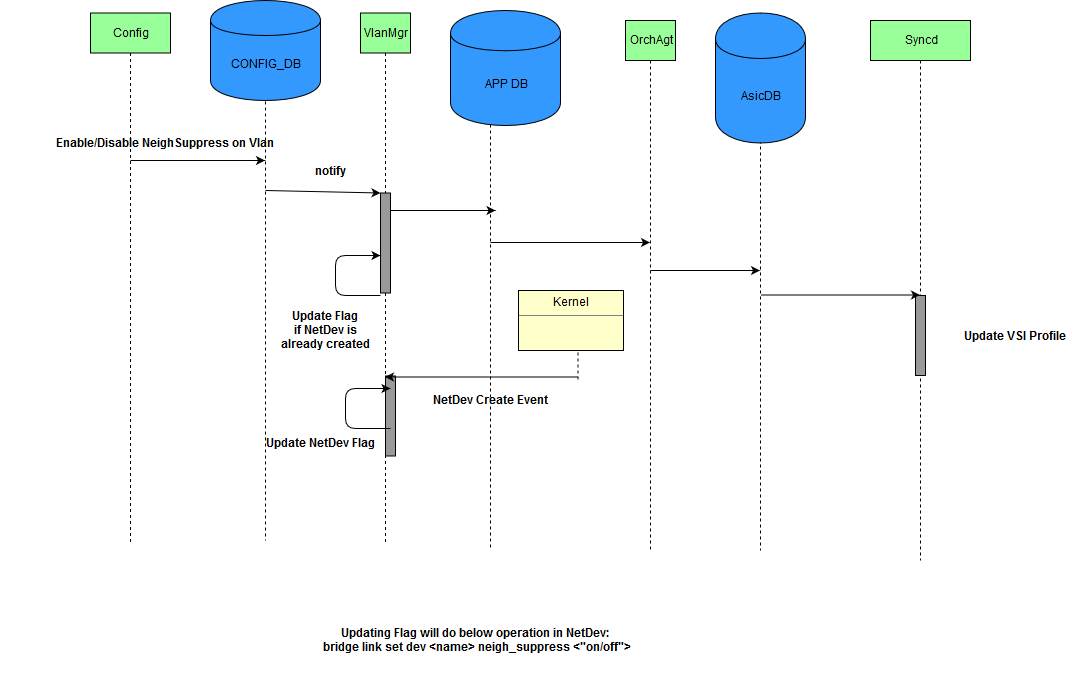
The draw.io diagram L3/EVPN/images/Neigh-Suppress.PNG in sg893052/sonic-buildimage, before a commit. Source tidied: cells renumbered, new cells last; positions are measured from the earlier drawing's top-left corner, leaving out a move shared by most shapes.
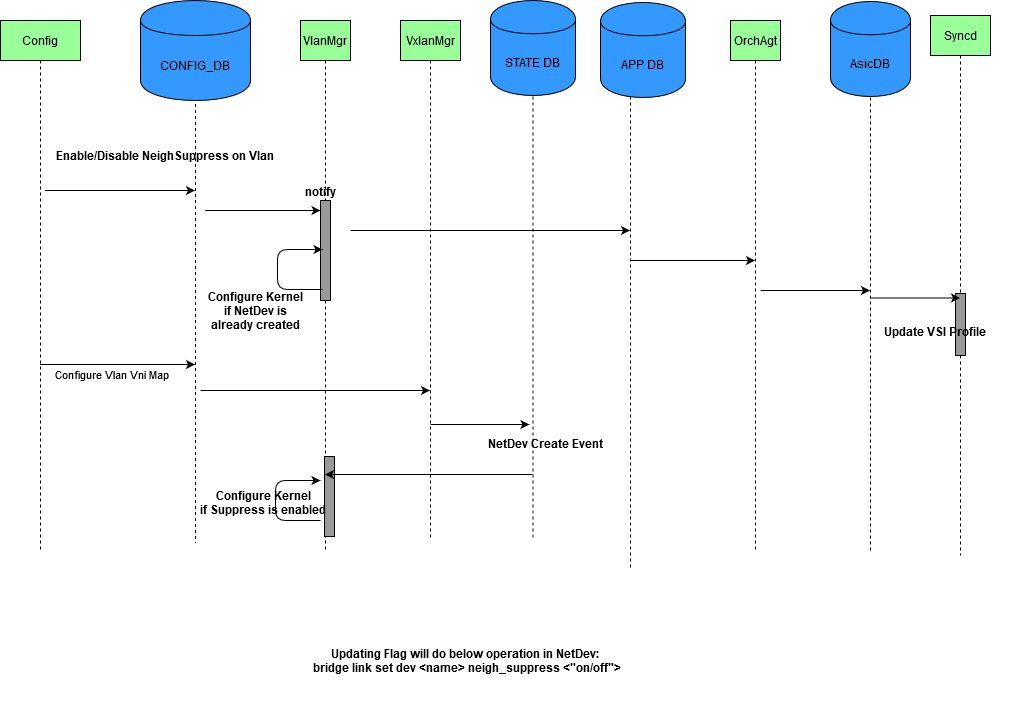
After the change.

Commit message:
Updated with VXLAN QoS and SVI support.

The edit, as a diff of the source:
```diff
@@ -3,127 +3,161 @@
     <mxCell id="0" />
     <mxCell id="1" parent="0" />
     <mxCell id="2" value="Config" style="shape=umlLifeline;perimeter=lifelinePerimeter;whiteSpace=wrap;html=1;outlineConnect=0;size=40;fillColor=#99FF99;" parent="1" vertex="1">
-      <mxGeometry x="90" y="12.5" width="80" height="530" as="geometry" />
+      <mxGeometry x="10" width="80" height="530" as="geometry" />
     </mxCell>
     <mxCell id="3" value="OBJ" style="shape=umlLifeline;perimeter=lifelinePerimeter;whiteSpace=wrap;html=1;outlineConnect=0;" parent="1" vertex="1">
-      <mxGeometry x="220" y="25" width="90" height="515" as="geometry" />
+      <mxGeometry x="160" y="7.5" width="90" height="515" as="geometry" />
     </mxCell>
     <mxCell id="4" value="VlanMgr" style="shape=umlLifeline;perimeter=lifelinePerimeter;whiteSpace=wrap;html=1;outlineConnect=0;fillColor=#99FF99;" parent="1" vertex="1">
-      <mxGeometry x="360" y="12.5" width="50" height="530" as="geometry" />
+      <mxGeometry x="310" width="50" height="530" as="geometry" />
     </mxCell>
     <mxCell id="5" style="html=1;points=[];perimeter=orthogonalPerimeter;fillColor=#999999;" parent="4" vertex="1">
       <mxGeometry x="20" y="180" width="10" height="100" as="geometry" />
     </mxCell>
     <mxCell id="6" style="html=1;perimeter=orthogonalPerimeter;fillColor=#999999;" parent="4" vertex="1">
-      <mxGeometry x="25" y="363" width="10" height="80" as="geometry" />
+      <mxGeometry x="24" y="436" width="10" height="80" as="geometry" />
     </mxCell>
     <mxCell id="7" value="&lt;div&gt;OBJ1&lt;/div&gt;&lt;div&gt;&lt;br&gt;&lt;/div&gt;" style="shape=umlLifeline;perimeter=lifelinePerimeter;whiteSpace=wrap;html=1;outlineConnect=0;" parent="1" vertex="1">
-      <mxGeometry x="470" y="30" width="40" height="520" as="geometry" />
+      <mxGeometry x="620" y="30" width="40" height="520" as="geometry" />
     </mxCell>
-    <mxCell id="8" style="endArrow=classic;html=1;" parent="7" edge="1">
-      <mxGeometry relative="1" as="geometry">
-        <mxPoint x="107.5" y="346.5" as="sourcePoint" />
-        <mxPoint x="-85.5" y="346.5" as="targetPoint" />
-      </mxGeometry>
-    </mxCell>
     <mxCell id="9" value="OrchAgt" style="shape=umlLifeline;perimeter=lifelinePerimeter;whiteSpace=wrap;html=1;outlineConnect=0;fillColor=#99FF99;" parent="1" vertex="1">
-      <mxGeometry x="625" y="20" width="50" height="530" as="geometry" />
+      <mxGeometry x="740" width="50" height="530" as="geometry" />
     </mxCell>
     <mxCell id="10" value="OBJ2" style="shape=umlLifeline;perimeter=lifelinePerimeter;whiteSpace=wrap;html=1;outlineConnect=0;" parent="1" vertex="1">
-      <mxGeometry x="730" y="40" width="60" height="510" as="geometry" />
+      <mxGeometry x="850" y="25" width="60" height="505" as="geometry" />
     </mxCell>
     <mxCell id="11" value="CONFIG_DB" style="shape=cylinder;whiteSpace=wrap;html=1;boundedLbl=1;backgroundOutline=1;fillColor=#3399FF;" parent="1" vertex="1">
-      <mxGeometry x="210" width="110" height="100" as="geometry" />
+      <mxGeometry x="150" y="-20" width="110" height="100" as="geometry" />
     </mxCell>
     <mxCell id="12" value="APP DB" style="shape=cylinder;whiteSpace=wrap;html=1;boundedLbl=1;backgroundOutline=1;fillColor=#3399FF;" parent="1" vertex="1">
-      <mxGeometry x="450" y="10" width="110" height="115" as="geometry" />
+      <mxGeometry x="610" y="-18" width="85" height="95" as="geometry" />
     </mxCell>
-    <mxCell id="13" value="AsicDB" style="shape=cylinder;whiteSpace=wrap;html=1;boundedLbl=1;backgroundOutline=1;fillColor=#3399FF;" parent="1" vertex="1">
-      <mxGeometry x="715" y="12.5" width="90" height="130" as="geometry" />
-    </mxCell>
     <mxCell id="14" value="Syncd" style="shape=umlLifeline;perimeter=lifelinePerimeter;whiteSpace=wrap;html=1;outlineConnect=0;fillColor=#99FF99;" parent="1" vertex="1">
-      <mxGeometry x="870" y="20" width="100" height="540" as="geometry" />
+      <mxGeometry x="940" y="-5" width="60" height="540" as="geometry" />
     </mxCell>
     <mxCell id="15" style="html=1;perimeter=orthogonalPerimeter;fillColor=#999999;" parent="14" vertex="1">
-      <mxGeometry x="45" y="275" width="10" height="80" as="geometry" />
+      <mxGeometry x="25" y="278" width="10" height="62" as="geometry" />
     </mxCell>
     <mxCell id="16" style="endArrow=classic;html=1;" parent="1" edge="1" target="3">
       <mxGeometry relative="1" as="geometry">
-        <mxPoint x="130" y="160" as="sourcePoint" />
+        <mxPoint x="110" y="170" as="sourcePoint" />
+        <Array as="points">
+          <mxPoint x="50" y="170" />
+        </Array>
       </mxGeometry>
     </mxCell>
     <mxCell id="17" value="Enable/Disable NeighSuppress on Vlan" style="text;align=center;fontStyle=1;verticalAlign=middle;spacingLeft=3;spacingRight=3;strokeColor=none;" parent="1" vertex="1">
-      <mxGeometry y="127.5" width="330" height="30" as="geometry" />
+      <mxGeometry x="10" y="120" width="330" height="30" as="geometry" />
     </mxCell>
     <mxCell id="18" style="endArrow=classic;html=1;" parent="1" edge="1" target="5">
       <mxGeometry relative="1" as="geometry">
-        <mxPoint x="265" y="190" as="sourcePoint" />
+        <mxPoint x="260" y="190" as="sourcePoint" />
+        <Array as="points">
+          <mxPoint x="210" y="190" />
+        </Array>
       </mxGeometry>
     </mxCell>
     <mxCell id="19" value="notify" style="text;align=center;fontStyle=1;verticalAlign=middle;spacingLeft=3;spacingRight=3;strokeColor=none;" parent="1" vertex="1">
       <mxGeometry x="290" y="157.5" width="80" height="26" as="geometry" />
     </mxCell>
-    <mxCell id="20" style="endArrow=classic;html=1;" parent="1" edge="1">
+    <mxCell id="20" style="endArrow=classic;html=1;" parent="1" edge="1" target="7">
       <mxGeometry relative="1" as="geometry">
-        <mxPoint x="390" y="210" as="sourcePoint" />
-        <mxPoint x="495" y="210" as="targetPoint" />
+        <mxPoint x="360" y="210" as="sourcePoint" />
       </mxGeometry>
     </mxCell>
     <mxCell id="21" style="endArrow=classic;html=1;" parent="1" edge="1" target="9">
       <mxGeometry relative="1" as="geometry">
-        <mxPoint x="490" y="242" as="sourcePoint" />
+        <mxPoint x="640" y="240" as="sourcePoint" />
       </mxGeometry>
     </mxCell>
     <mxCell id="22" style="endArrow=classic;html=1;" parent="1" edge="1" target="10">
       <mxGeometry relative="1" as="geometry">
-        <mxPoint x="650" y="270" as="sourcePoint" />
+        <mxPoint x="770" y="270" as="sourcePoint" />
+        <Array as="points">
+          <mxPoint x="800" y="270" />
+        </Array>
       </mxGeometry>
     </mxCell>
-    <mxCell id="23" style="endArrow=classic;html=1;" parent="1" edge="1" target="14">
-      <mxGeometry relative="1" as="geometry">
-        <mxPoint x="760.5" y="294.5" as="sourcePoint" />
-      </mxGeometry>
+    <mxCell id="23" style="endArrow=classic;html=1;" parent="1" edge="1" source="10" target="14">
+      <mxGeometry relative="1" as="geometry" />
     </mxCell>
     <mxCell id="24" value="Update VSI Profile " style="text;align=center;fontStyle=1;verticalAlign=middle;spacingLeft=3;spacingRight=3;strokeColor=none;" parent="1" vertex="1">
-      <mxGeometry x="940" y="322" width="150" height="28" as="geometry" />
+      <mxGeometry x="870" y="297" width="150" height="28" as="geometry" />
     </mxCell>
-    <mxCell id="25" value=":Object" style="shape=umlLifeline;perimeter=lifelinePerimeter;whiteSpace=wrap;html=1;" parent="1" vertex="1">
-      <mxGeometry x="532" y="300" width="91" height="80" as="geometry" />
-    </mxCell>
-    <mxCell id="26" value="&lt;p style=&quot;margin: 0px ; margin-top: 4px ; text-align: center&quot;&gt;Kernel&lt;/p&gt;&lt;hr size=&quot;1&quot;&gt;&lt;div style=&quot;height: 2px&quot;&gt;&lt;/div&gt;" style="verticalAlign=top;align=left;overflow=fill;fontSize=12;fontFamily=Helvetica;html=1;fillColor=#FFFFCC;" parent="25" vertex="1">
-      <mxGeometry x="-14" y="-10" width="105" height="60" as="geometry" />
-    </mxCell>
     <mxCell id="27" value="NetDev Create Event" style="text;align=center;fontStyle=1;verticalAlign=middle;spacingLeft=3;spacingRight=3;strokeColor=none;" parent="1" vertex="1">
-      <mxGeometry x="405" y="387" width="170" height="26" as="geometry" />
+      <mxGeometry x="470" y="410" width="170" height="26" as="geometry" />
     </mxCell>
     <mxCell id="28" style="endArrow=classic;html=1;" parent="1" edge="1">
       <mxGeometry relative="1" as="geometry">
-        <mxPoint x="380" y="295" as="sourcePoint" />
-        <mxPoint x="380" y="255" as="targetPoint" />
+        <mxPoint x="332" y="269" as="sourcePoint" />
+        <mxPoint x="332" y="229" as="targetPoint" />
         <Array as="points">
-          <mxPoint x="335" y="295" />
-          <mxPoint x="335" y="255" />
+          <mxPoint x="287" y="269" />
+          <mxPoint x="287" y="229" />
         </Array>
       </mxGeometry>
     </mxCell>
-    <mxCell id="29" value="Update Flag &#10;if NetDev is&#10; already created" style="text;align=center;fontStyle=1;verticalAlign=middle;spacingLeft=3;spacingRight=3;strokeColor=none;" parent="1" vertex="1">
-      <mxGeometry x="270" y="295" width="110" height="70" as="geometry" />
+    <mxCell id="29" value="Configure Kernel&#10;if NetDev is&#10; already created" style="text;align=center;fontStyle=1;verticalAlign=middle;spacingLeft=3;spacingRight=3;strokeColor=none;" parent="1" vertex="1">
+      <mxGeometry x="210" y="255" width="110" height="70" as="geometry" />
     </mxCell>
-    <mxCell id="30" value="Update NetDev Flag" style="text;align=center;fontStyle=1;verticalAlign=middle;spacingLeft=3;spacingRight=3;strokeColor=none;" parent="1" vertex="1">
-      <mxGeometry x="245" y="430" width="150" height="26" as="geometry" />
+    <mxCell id="30" value="Configure Kernel&#10;if Suppress is enabled&#10;" style="text;align=center;fontStyle=1;verticalAlign=middle;spacingLeft=3;spacingRight=3;strokeColor=none;" parent="1" vertex="1">
+      <mxGeometry x="198" y="476" width="150" height="26" as="geometry" />
     </mxCell>
     <mxCell id="31" style="endArrow=classic;html=1;" parent="1" edge="1">
       <mxGeometry relative="1" as="geometry">
-        <mxPoint x="390" y="428" as="sourcePoint" />
-        <mxPoint x="390" y="388" as="targetPoint" />
+        <mxPoint x="330" y="500" as="sourcePoint" />
+        <mxPoint x="330" y="460" as="targetPoint" />
         <Array as="points">
-          <mxPoint x="345" y="428" />
-          <mxPoint x="345" y="388" />
+          <mxPoint x="285" y="500" />
+          <mxPoint x="285" y="460" />
         </Array>
       </mxGeometry>
     </mxCell>
     <mxCell id="32" value="Updating Flag will do below operation in NetDev:&#10; bridge link set dev &lt;name&gt; neigh_suppress &lt;&quot;on/off&quot;&gt;" style="text;align=center;fontStyle=1;verticalAlign=middle;spacingLeft=3;spacingRight=3;strokeColor=none;" parent="1" vertex="1">
       <mxGeometry x="235" y="590" width="480" height="100" as="geometry" />
     </mxCell>
+    <mxCell id="33" value="VxlanMgr" style="shape=umlLifeline;perimeter=lifelinePerimeter;whiteSpace=wrap;html=1;outlineConnect=0;fillColor=#99FF99;" parent="1" vertex="1">
+      <mxGeometry x="410" width="60" height="520" as="geometry" />
+    </mxCell>
+    <mxCell id="34" value="&lt;div&gt;OBJ1&lt;/div&gt;&lt;div&gt;&lt;br&gt;&lt;/div&gt;" style="shape=umlLifeline;perimeter=lifelinePerimeter;whiteSpace=wrap;html=1;" parent="1" vertex="1">
+      <mxGeometry x="510" width="65" height="520" as="geometry" />
+    </mxCell>
+    <mxCell id="35" value="STATE DB" style="shape=cylinder;whiteSpace=wrap;html=1;boundedLbl=1;backgroundOutline=1;fillColor=#3399FF;" parent="34" vertex="1">
+      <mxGeometry x="-10" y="-20" width="85" height="95" as="geometry" />
+    </mxCell>
+    <mxCell id="13" value="AsicDB" style="shape=cylinder;whiteSpace=wrap;html=1;boundedLbl=1;backgroundOutline=1;fillColor=#3399FF;" parent="1" vertex="1">
+      <mxGeometry x="840" y="-19" width="80" height="95" as="geometry" />
+    </mxCell>
+    <mxCell id="36" style="endArrow=classic;html=1;" parent="1" edge="1" source="2" target="3">
+      <mxGeometry relative="1" as="geometry">
+        <Array as="points">
+          <mxPoint x="92" y="344" />
+        </Array>
+      </mxGeometry>
+    </mxCell>
+    <mxCell id="37" value="&lt;div&gt;Configure Vlan Vni Map&lt;/div&gt;&lt;div&gt;&lt;br&gt;&lt;/div&gt;" style="edgeLabel;html=1;align=center;verticalAlign=middle;" parent="36" vertex="1">
+      <mxGeometry x="0.05" relative="1" as="geometry">
+        <mxPoint x="-10.5" y="16" as="offset" />
+      </mxGeometry>
+    </mxCell>
+    <mxCell id="38" style="endArrow=classic;html=1;" parent="1" edge="1" target="33">
+      <mxGeometry relative="1" as="geometry">
+        <mxPoint x="210" y="370" as="sourcePoint" />
+      </mxGeometry>
+    </mxCell>
+    <mxCell id="39" style="endArrow=classic;html=1;exitX=0.224;exitY=0.038;exitDx=0;exitDy=0;exitPerimeter=0;" parent="1" edge="1">
+      <mxGeometry relative="1" as="geometry">
+        <mxPoint x="440" y="404" as="sourcePoint" />
+        <mxPoint x="538.9" y="404" as="targetPoint" />
+      </mxGeometry>
+    </mxCell>
+    <mxCell id="40" style="endArrow=classic;html=1;" parent="1" edge="1" target="4">
+      <mxGeometry relative="1" as="geometry">
+        <mxPoint x="542" y="454" as="sourcePoint" />
+        <Array as="points">
+          <mxPoint x="530" y="454" />
+        </Array>
+      </mxGeometry>
+    </mxCell>
   </root>
 </mxGraphModel>
```
